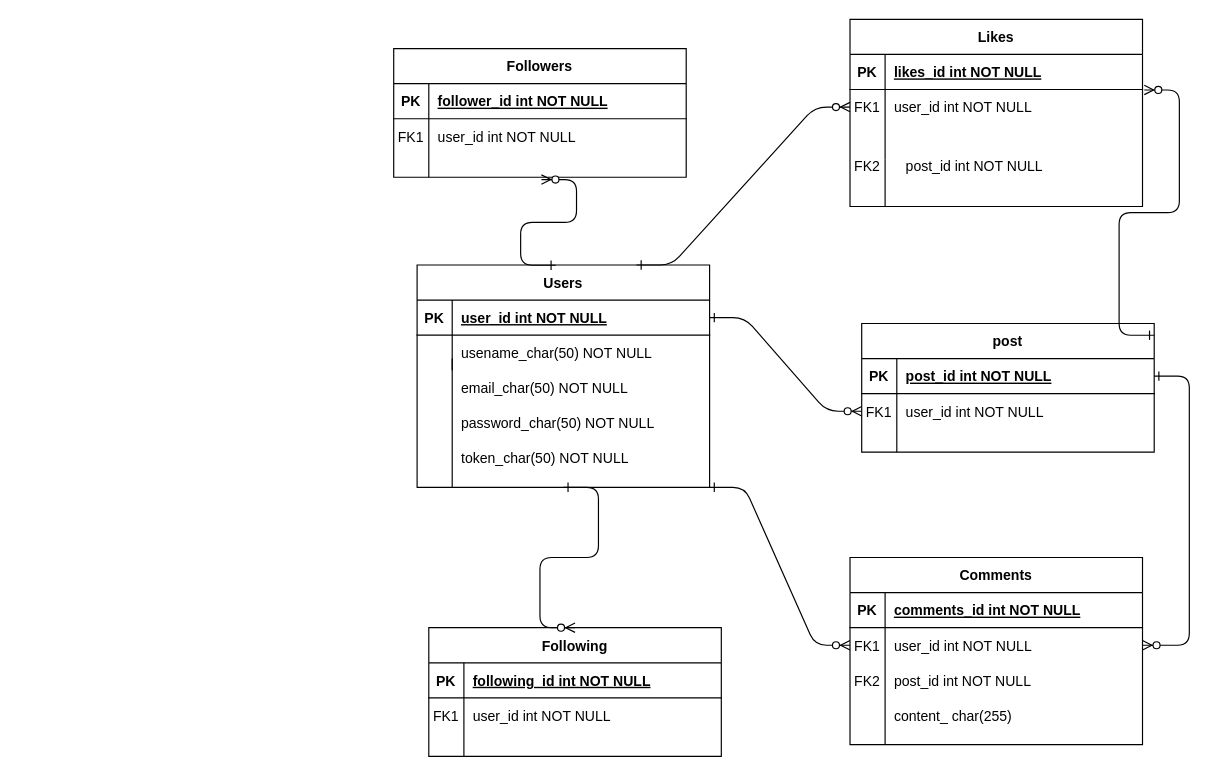
PhotographyPlatform/back-end keeps this draw.io diagram as Untitled Diagram.drawio. Above is the earlier version. Source tidied: cells renumbered, new cells numbered last; positions are measured from the earlier drawing's top-left corner, leaving out a move shared by most shapes. Both pictures are drawn from the tidied source at 117%, with x=0, y=0 at pixel (393, 19).
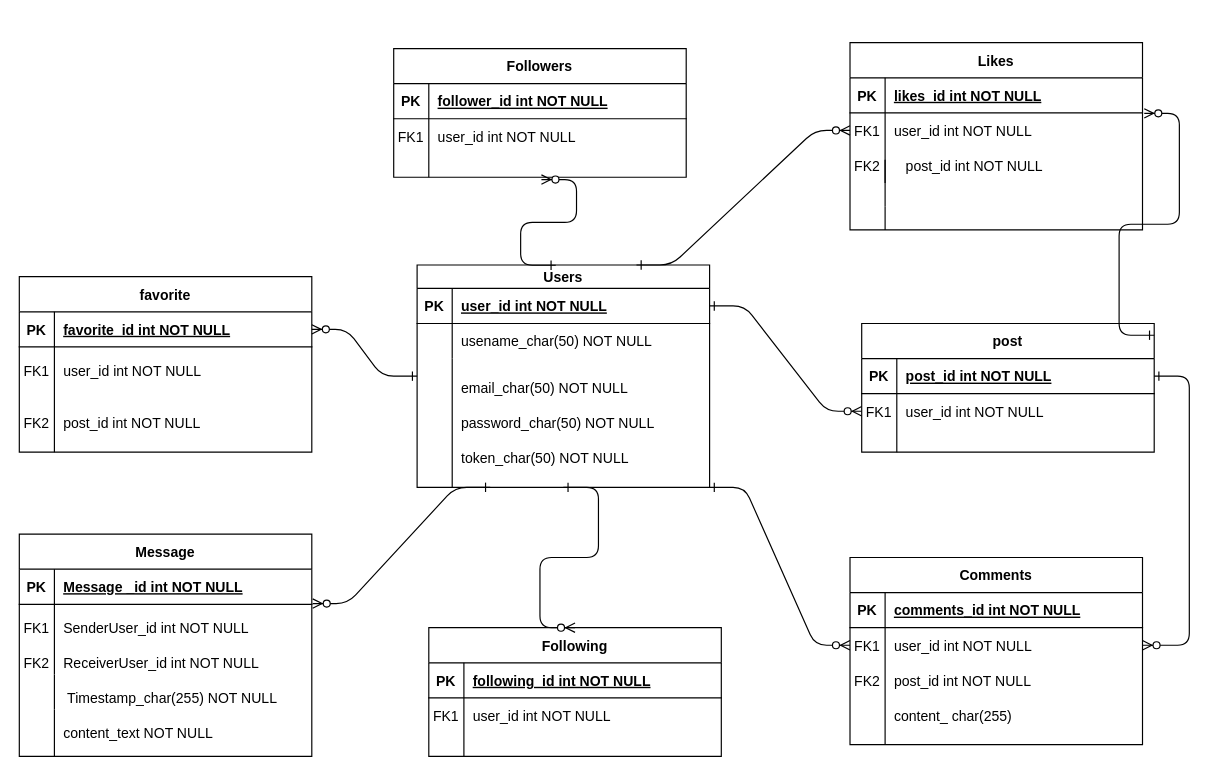
Above is the later version.

Diff of the diagram source:
```diff
@@
-    <mxCell id="24" value="Users" style="shape=table;startSize=30;childLayout=tableLayout;rowLines=0;fontStyle=1;align=center;" parent="1" vertex="1">
+    <mxCell id="24" value="Users" style="shape=table;startSize=20;childLayout=tableLayout;rowLines=0;fontStyle=1;align=center;" parent="1" vertex="1">
       <mxGeometry x="20" y="210" width="250" height="190" as="geometry" />
     </mxCell>
     <mxCell id="25" style="shape=partialRectangle;fillColor=none;points=[[0,0.5],[1,0.5]];portConstraint=eastwest;top=0;left=0;right=0;bottom=1;" parent="24" vertex="1">
-      <mxGeometry y="30" width="250" height="30" as="geometry" />
+      <mxGeometry y="20" width="250" height="30" as="geometry" />
     </mxCell>
@@
     <mxCell id="28" style="shape=partialRectangle;fillColor=none;top=0;left=0;right=0;bottom=0;" parent="24" vertex="1">
-      <mxGeometry y="60" width="250" height="30" as="geometry" />
+      <mxGeometry y="50" width="250" height="30" as="geometry" />
     </mxCell>
@@
     <mxCell id="39" value="Likes" style="shape=table;startSize=30;childLayout=tableLayout;rowLines=0;fontStyle=1;align=center;" parent="1" vertex="1">
-      <mxGeometry x="390" width="250" height="160" as="geometry" />
+      <mxGeometry x="390" y="20" width="250" height="160" as="geometry" />
     </mxCell>
@@
+    <mxCell id="77" value="favorite" style="shape=table;startSize=30;childLayout=tableLayout;rowLines=0;fontStyle=1;align=center;" parent="1" vertex="1">
+      <mxGeometry x="-320" y="220" width="250" height="150" as="geometry" />
+    </mxCell>
+    <mxCell id="78" style="shape=partialRectangle;fillColor=none;points=[[0,0.5],[1,0.5]];portConstraint=eastwest;top=0;left=0;right=0;bottom=1;" parent="77" vertex="1">
+      <mxGeometry y="30" width="250" height="30" as="geometry" />
+    </mxCell>
+    <mxCell id="79" value="PK" style="shape=partialRectangle;overflow=hidden;fillColor=none;top=0;left=0;bottom=0;right=0;fontStyle=1;" parent="78" vertex="1">
+      <mxGeometry width="30" height="30" as="geometry" />
+    </mxCell>
+    <mxCell id="80" value="favorite_id int NOT NULL " style="shape=partialRectangle;overflow=hidden;fillColor=none;top=0;left=0;bottom=0;right=0;align=left;spacingLeft=6;fontStyle=5;" parent="78" vertex="1">
+      <mxGeometry x="30" width="220" height="30" as="geometry" />
+    </mxCell>
+    <mxCell id="81" style="shape=partialRectangle;fillColor=none;top=0;left=0;right=0;bottom=0;" parent="77" vertex="1">
+      <mxGeometry y="60" width="250" height="40" as="geometry" />
+    </mxCell>
+    <mxCell id="82" value="FK1" style="shape=partialRectangle;overflow=hidden;fillColor=none;top=0;left=0;bottom=0;right=0;" parent="81" vertex="1">
+      <mxGeometry width="30" height="40" as="geometry" />
+    </mxCell>
+    <mxCell id="83" value="user_id int NOT NULL" style="shape=partialRectangle;overflow=hidden;fillColor=none;top=0;left=0;bottom=0;right=0;align=left;spacingLeft=6;" parent="81" vertex="1">
+      <mxGeometry x="30" width="220" height="40" as="geometry" />
+    </mxCell>
+    <mxCell id="84" style="shape=partialRectangle;fillColor=none;top=0;left=0;right=0;bottom=0;" parent="77" vertex="1">
+      <mxGeometry y="100" width="250" height="20" as="geometry" />
+    </mxCell>
+    <mxCell id="85" style="shape=partialRectangle;overflow=hidden;fillColor=none;top=0;left=0;bottom=0;right=0;" parent="84" vertex="1">
+      <mxGeometry width="30" height="20" as="geometry" />
+    </mxCell>
+    <mxCell id="86" style="shape=partialRectangle;overflow=hidden;fillColor=none;top=0;left=0;bottom=0;right=0;align=left;spacingLeft=6;" parent="84" vertex="1">
+      <mxGeometry x="30" width="220" height="20" as="geometry" />
+    </mxCell>
+    <mxCell id="87" value="FK2" style="shape=partialRectangle;overflow=hidden;fillColor=none;top=0;left=0;bottom=0;right=0;" parent="1" vertex="1">
+      <mxGeometry x="-320" y="325" width="30" height="40" as="geometry" />
+    </mxCell>
+    <mxCell id="88" value="post_id int NOT NULL" style="shape=partialRectangle;overflow=hidden;fillColor=none;top=0;left=0;bottom=0;right=0;align=left;spacingLeft=6;" parent="1" vertex="1">
+      <mxGeometry x="-290" y="325" width="220" height="40" as="geometry" />
+    </mxCell>
+    <mxCell id="89" style="endArrow=none;html=1;rounded=0;" parent="1" edge="1">
+      <mxGeometry relative="1" as="geometry">
+        <mxPoint x="-290" y="370" as="sourcePoint" />
+        <mxPoint x="-290" y="340" as="targetPoint" />
+        <Array as="points">
+          <mxPoint x="-290" y="370" />
+        </Array>
+      </mxGeometry>
+    </mxCell>
+    <mxCell id="90" style="edgeStyle=entityRelationEdgeStyle;endArrow=ERzeroToMany;startArrow=ERone;endFill=1;startFill=0;exitX=0;exitY=0.5;exitDx=0;exitDy=0;entryX=1;entryY=0.5;entryDx=0;entryDy=0;" parent="1" edge="1" source="24" target="78">
+      <mxGeometry relative="1" as="geometry" />
+    </mxCell>
+    <mxCell id="91" value="Message      " style="shape=table;startSize=30;childLayout=tableLayout;rowLines=0;fontStyle=1;align=center;" parent="1" vertex="1">
+      <mxGeometry x="-320" y="440" width="250" height="190" as="geometry" />
+    </mxCell>
+    <mxCell id="92" style="shape=partialRectangle;fillColor=none;top=0;left=0;right=0;bottom=1;" parent="91" vertex="1">
+      <mxGeometry y="30" width="250" height="30" as="geometry" />
+    </mxCell>
+    <mxCell id="93" value="PK" style="shape=partialRectangle;overflow=hidden;fillColor=none;top=0;left=0;bottom=0;right=0;fontStyle=1;" parent="92" vertex="1">
+      <mxGeometry width="30" height="30" as="geometry" />
+    </mxCell>
+    <mxCell id="94" value="Message      _id int NOT NULL " style="shape=partialRectangle;overflow=hidden;fillColor=none;top=0;left=0;bottom=0;right=0;align=left;spacingLeft=6;fontStyle=5;" parent="92" vertex="1">
+      <mxGeometry x="30" width="220" height="30" as="geometry" />
+    </mxCell>
+    <mxCell id="95" style="shape=partialRectangle;fillColor=none;points=[[0,0.5],[1,0.5]];portConstraint=eastwest;top=0;left=0;right=0;bottom=0;" parent="91" vertex="1">
+      <mxGeometry y="60" width="250" height="40" as="geometry" />
+    </mxCell>
+    <mxCell id="96" value="FK1" style="shape=partialRectangle;overflow=hidden;fillColor=none;top=0;left=0;bottom=0;right=0;" parent="95" vertex="1">
+      <mxGeometry width="30" height="40" as="geometry" />
+    </mxCell>
+    <mxCell id="97" value="SenderUser_id int NOT NULL" style="shape=partialRectangle;overflow=hidden;fillColor=none;top=0;left=0;bottom=0;right=0;align=left;spacingLeft=6;" parent="95" vertex="1">
+      <mxGeometry x="30" width="220" height="40" as="geometry" />
+    </mxCell>
+    <mxCell id="98" style="shape=partialRectangle;fillColor=none;top=0;left=0;right=0;bottom=0;" parent="91" vertex="1">
+      <mxGeometry y="100" width="250" height="20" as="geometry" />
+    </mxCell>
+    <mxCell id="99" style="shape=partialRectangle;overflow=hidden;fillColor=none;top=0;left=0;bottom=0;right=0;" parent="98" vertex="1">
+      <mxGeometry width="30" height="20" as="geometry" />
+    </mxCell>
+    <mxCell id="100" style="shape=partialRectangle;overflow=hidden;fillColor=none;top=0;left=0;bottom=0;right=0;align=left;spacingLeft=6;" parent="98" vertex="1">
+      <mxGeometry x="30" width="220" height="20" as="geometry" />
+    </mxCell>
+    <mxCell id="101" value="FK2" style="shape=partialRectangle;overflow=hidden;fillColor=none;top=0;left=0;bottom=0;right=0;" parent="1" vertex="1">
+      <mxGeometry x="-320" y="530" width="30" height="40" as="geometry" />
+    </mxCell>
+    <mxCell id="102" style="endArrow=none;html=1;rounded=0;" parent="1" edge="1">
+      <mxGeometry relative="1" as="geometry">
+        <mxPoint x="-290" y="590" as="sourcePoint" />
+        <mxPoint x="-290" y="560" as="targetPoint" />
+        <Array as="points">
+          <mxPoint x="-290" y="590" />
+        </Array>
+      </mxGeometry>
+    </mxCell>
+    <mxCell id="103" value="ReceiverUser_id int NOT NULL" style="shape=partialRectangle;overflow=hidden;fillColor=none;top=0;left=0;bottom=0;right=0;align=left;spacingLeft=6;" parent="1" vertex="1">
+      <mxGeometry x="-290" y="530" width="220" height="40" as="geometry" />
+    </mxCell>
+    <mxCell id="104" style="edgeStyle=entityRelationEdgeStyle;endArrow=ERzeroToMany;startArrow=ERone;endFill=1;startFill=0;exitX=0.25;exitY=1;exitDx=0;exitDy=0;entryX=1.003;entryY=-0.016;entryDx=0;entryDy=0;entryPerimeter=0;" parent="1" edge="1" source="24" target="95">
+      <mxGeometry relative="1" as="geometry" />
+    </mxCell>
+    <mxCell id="105" value=" Timestamp_char(255) NOT NULL" style="shape=partialRectangle;overflow=hidden;fillColor=none;top=0;left=0;bottom=0;right=0;align=left;spacingLeft=6;" parent="1" vertex="1">
+      <mxGeometry x="-290" y="560" width="220" height="40" as="geometry" />
+    </mxCell>
+    <mxCell id="106" value="content_text NOT NULL" style="shape=partialRectangle;overflow=hidden;fillColor=none;top=0;left=0;bottom=0;right=0;align=left;spacingLeft=6;" parent="1" vertex="1">
+      <mxGeometry x="-290" y="590" width="220" height="40" as="geometry" />
+    </mxCell>
+    <mxCell id="107" style="endArrow=none;html=1;rounded=0;" parent="1" edge="1">
+      <mxGeometry relative="1" as="geometry">
+        <mxPoint x="-290" y="630" as="sourcePoint" />
+        <mxPoint x="-290" y="590" as="targetPoint" />
+      </mxGeometry>
+    </mxCell>
+    <mxCell id="108" style="endArrow=none;html=1;rounded=0;" parent="1" edge="1">
+      <mxGeometry relative="1" as="geometry">
+        <mxPoint x="420" y="180" as="sourcePoint" />
+        <mxPoint x="420" y="160" as="targetPoint" />
+      </mxGeometry>
+    </mxCell>
```
